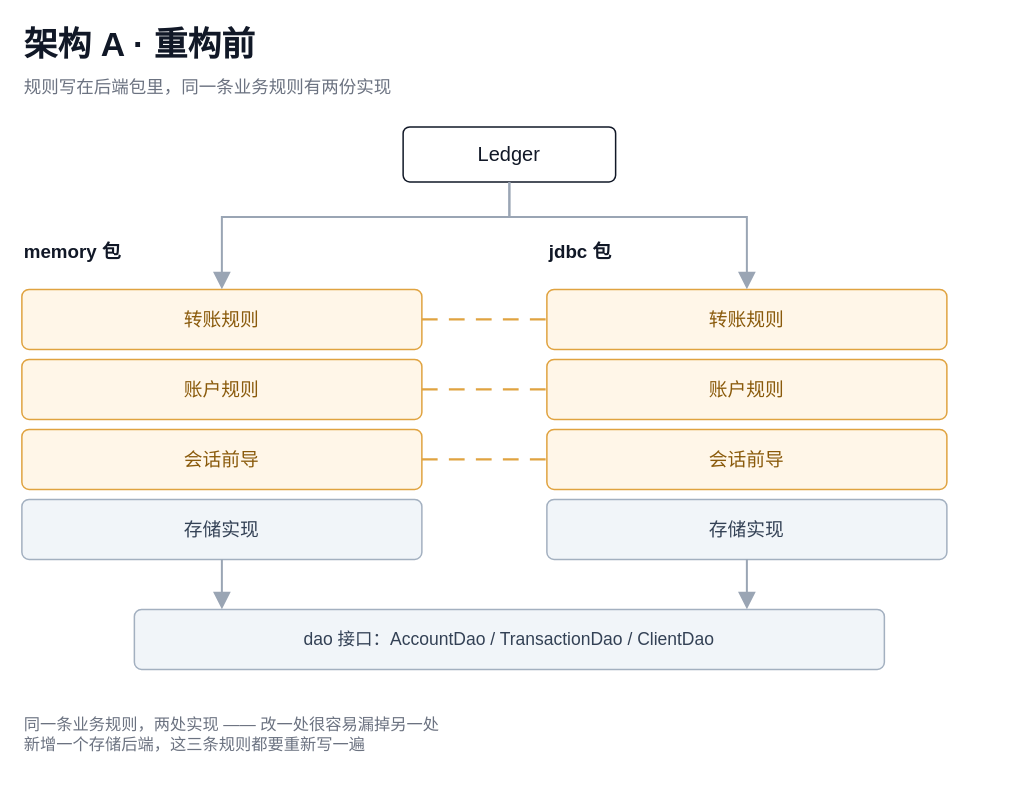
Above: docs/figures/architecture-a.drawio in TheaDust/modi-agent (draw.io), before the change. Source tidied: cells renumbered, new cells numbered last; positions are measured from the earlier drawing's top-left corner, leaving out a move shared by most shapes. Both pictures are drawn from the tidied source at 125%, with x=0, y=0 at pixel (21, 21).
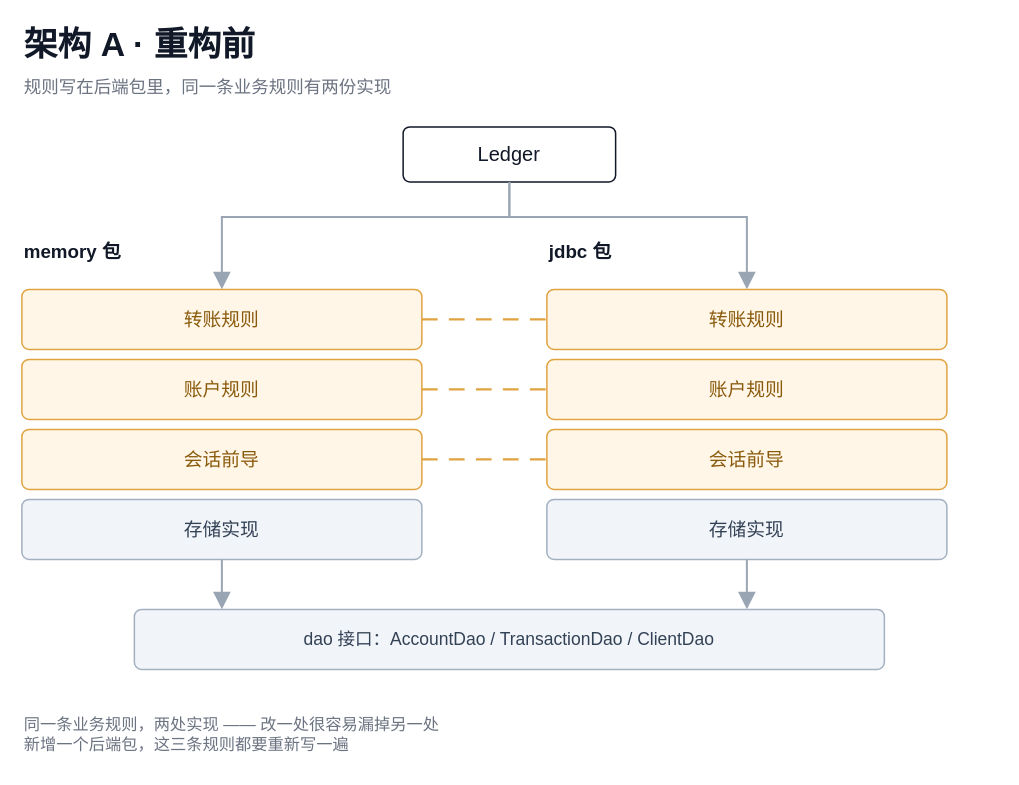
Above is the later version.

Commit message (it also covers changes not shown here):
docs(figures): 统一两张架构图的包名术语

Diff of the diagram source:
```diff
@@
-    <mxCell id="23" value="同一条业务规则，两处实现 —— 改一处很容易漏掉另一处&#10;新增一个存储后端，这三条规则都要重新写一遍" style="text;html=1;whiteSpace=wrap;align=left;verticalAlign=middle;fontSize=13;fontColor=#6B7280;" parent="1" vertex="1">
+    <mxCell id="23" value="同一条业务规则，两处实现 —— 改一处很容易漏掉另一处&#10;新增一个后端包，这三条规则都要重新写一遍" style="text;html=1;whiteSpace=wrap;align=left;verticalAlign=middle;fontSize=13;fontColor=#6B7280;" parent="1" vertex="1">
       <mxGeometry y="546" width="780" height="48" as="geometry" />
     </mxCell>
```
